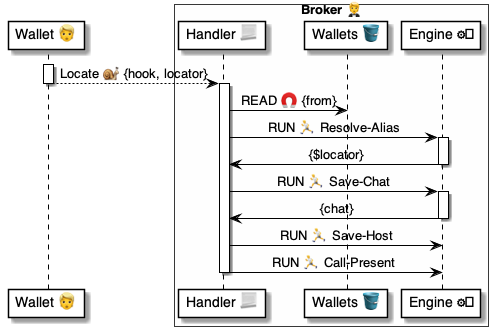
Above: 4 ⚙️ Solution/20 🧑‍🦰 UI/Brokers 🤵/🤵🅰️ Broker methods/Locators 🔆 Locate 🧑‍🦰🐌🤵/🤵 Locate ⚙️ uml.png in pollyweb-org/pollyweb-docs (PlantUML), before the change. Its source is kept beside it as 4 ⚙️ Solution/20 🧑‍🦰 UI/Brokers 🤵/🤵🅰️ Broker methods/Locators 🔆 Locate 🧑‍🦰🐌🤵/🤵 Locate ⚙️ uml.puml.
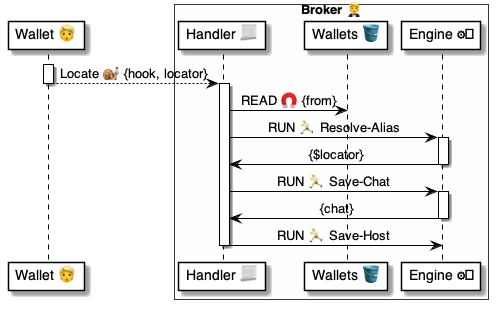
The same file after the commit.

The edit, as a diff of the source:
```diff
@@ -32,7 +32,6 @@
 
     broker -> engine: RUN 🏃 Save-Host
 
-    broker -> engine: RUN 🏃 Call-Present
 
 
 deactivate broker
```
